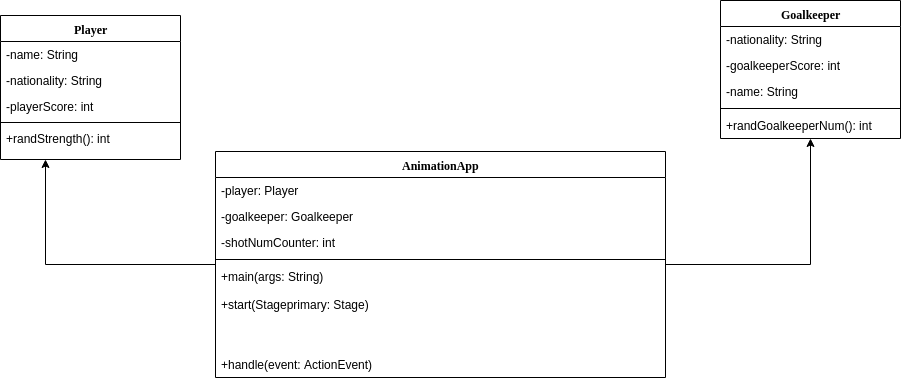
Above: Demo2_Official_CD.png in MillionLinesOfCode/javapenalty (draw.io), before the change. Source tidied: cells renumbered, new cells last; positions are measured from the earlier drawing's top-left corner, leaving out a move shared by most shapes.
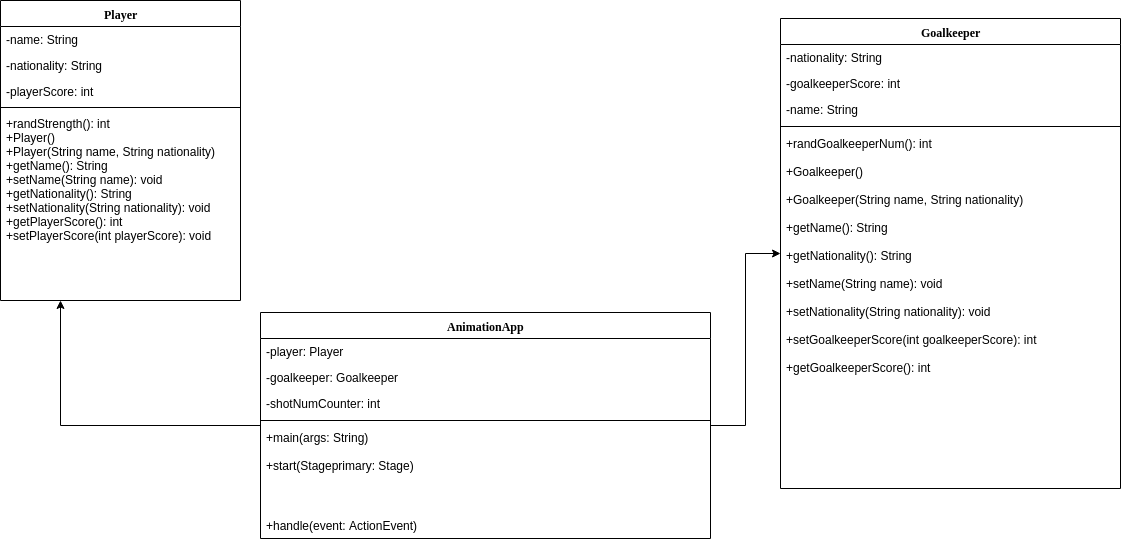
The same diagram one commit later.

Change to the diagram source:
```diff
@@ -3,40 +3,40 @@
     <mxCell id="0" />
     <mxCell id="1" parent="0" />
     <mxCell id="2" value="Player" style="swimlane;html=1;fontStyle=1;align=center;verticalAlign=top;horizontal=1;startSize=26;swimlaneFillColor=#ffffff;rounded=0;shadow=0;comic=0;labelBackgroundColor=none;strokeColor=#000000;strokeWidth=1;fillColor=none;fontFamily=Verdana;fontSize=12;fontColor=#000000;" parent="1" vertex="1">
-      <mxGeometry y="15" width="180" height="144" as="geometry" />
+      <mxGeometry x="-60" y="-18" width="240" height="300" as="geometry" />
     </mxCell>
     <mxCell id="3" value="-name: String" style="text;html=1;strokeColor=none;fillColor=none;align=left;verticalAlign=top;spacingLeft=4;spacingRight=4;whiteSpace=wrap;overflow=hidden;" parent="2" vertex="1">
-      <mxGeometry y="26" width="180" height="26" as="geometry" />
+      <mxGeometry y="26" width="240" height="26" as="geometry" />
     </mxCell>
     <mxCell id="4" value="-nationality: String" style="text;html=1;strokeColor=none;fillColor=none;align=left;verticalAlign=top;spacingLeft=4;spacingRight=4;whiteSpace=wrap;overflow=hidden;" parent="2" vertex="1">
-      <mxGeometry y="52" width="180" height="26" as="geometry" />
+      <mxGeometry y="52" width="240" height="26" as="geometry" />
     </mxCell>
     <mxCell id="5" value="-playerScore: int" style="text;html=1;strokeColor=none;fillColor=none;align=left;verticalAlign=top;spacingLeft=4;spacingRight=4;whiteSpace=wrap;overflow=hidden;" parent="2" vertex="1">
-      <mxGeometry y="78" width="180" height="26" as="geometry" />
+      <mxGeometry y="78" width="240" height="26" as="geometry" />
     </mxCell>
     <mxCell id="6" style="line;html=1;strokeWidth=1;fillColor=none;align=left;verticalAlign=middle;spacingTop=-1;spacingLeft=3;spacingRight=3;labelPosition=right;" parent="2" vertex="1">
-      <mxGeometry y="104" width="180" height="6" as="geometry" />
+      <mxGeometry y="104" width="240" height="6" as="geometry" />
     </mxCell>
-    <mxCell id="7" value="+randStrength(): int" style="text;html=1;strokeColor=none;fillColor=none;align=left;verticalAlign=top;spacingLeft=4;spacingRight=4;whiteSpace=wrap;overflow=hidden;" parent="2" vertex="1">
-      <mxGeometry y="110" width="180" height="26" as="geometry" />
+    <mxCell id="7" value="+randStrength(): int&lt;br&gt;+Player()&lt;br&gt;+Player(String name, String nationality)&lt;br&gt;+getName(): String&lt;br&gt;+setName(String name): void&lt;br&gt;+getNationality(): String&lt;br&gt;+setNationality(String nationality): void&lt;br&gt;+getPlayerScore(): int&lt;br&gt;+setPlayerScore(int playerScore): void&lt;br&gt;&lt;br&gt;" style="text;html=1;strokeColor=none;fillColor=none;align=left;verticalAlign=top;spacingLeft=4;spacingRight=4;whiteSpace=wrap;overflow=hidden;" parent="2" vertex="1">
+      <mxGeometry y="110" width="240" height="190" as="geometry" />
     </mxCell>
     <mxCell id="8" value="Goalkeeper" style="swimlane;html=1;fontStyle=1;align=center;verticalAlign=top;horizontal=1;startSize=26;swimlaneFillColor=#ffffff;rounded=0;shadow=0;comic=0;labelBackgroundColor=none;strokeColor=#000000;strokeWidth=1;fillColor=none;fontFamily=Verdana;fontSize=12;fontColor=#000000;rotation=0;" parent="1" vertex="1">
-      <mxGeometry x="720" width="180" height="138" as="geometry" />
+      <mxGeometry x="720" width="340" height="470" as="geometry" />
     </mxCell>
     <mxCell id="9" value="-nationality: String" style="text;html=1;strokeColor=none;fillColor=none;align=left;verticalAlign=top;spacingLeft=4;spacingRight=4;whiteSpace=wrap;overflow=hidden;rotation=0;" parent="8" vertex="1">
-      <mxGeometry y="26" width="180" height="26" as="geometry" />
+      <mxGeometry y="26" width="340" height="26" as="geometry" />
     </mxCell>
     <mxCell id="10" value="-goalkeeperScore: int" style="text;html=1;strokeColor=none;fillColor=none;align=left;verticalAlign=top;spacingLeft=4;spacingRight=4;whiteSpace=wrap;overflow=hidden;rotation=0;" parent="8" vertex="1">
-      <mxGeometry y="52" width="180" height="26" as="geometry" />
+      <mxGeometry y="52" width="340" height="26" as="geometry" />
     </mxCell>
     <mxCell id="11" value="-name: String" style="text;html=1;strokeColor=none;fillColor=none;align=left;verticalAlign=top;spacingLeft=4;spacingRight=4;whiteSpace=wrap;overflow=hidden;rotation=0;" parent="8" vertex="1">
-      <mxGeometry y="78" width="180" height="26" as="geometry" />
+      <mxGeometry y="78" width="340" height="26" as="geometry" />
     </mxCell>
     <mxCell id="12" style="line;html=1;strokeWidth=1;fillColor=none;align=left;verticalAlign=middle;spacingTop=-1;spacingLeft=3;spacingRight=3;labelPosition=right;rotation=0;" parent="8" vertex="1">
-      <mxGeometry y="104" width="180" height="8" as="geometry" />
+      <mxGeometry y="104" width="340" height="8" as="geometry" />
     </mxCell>
-    <mxCell id="13" value="+randGoalkeeperNum(): int" style="text;html=1;strokeColor=none;fillColor=none;align=left;verticalAlign=top;spacingLeft=4;spacingRight=4;whiteSpace=wrap;overflow=hidden;rotation=0;" parent="8" vertex="1">
-      <mxGeometry y="112" width="180" height="26" as="geometry" />
+    <mxCell id="13" value="+randGoalkeeperNum(): int&lt;br&gt;&lt;br&gt;+Goalkeeper()&lt;br&gt;&lt;br&gt;+Goalkeeper(String name, String nationality)&lt;br&gt;&lt;br&gt;+getName(): String&lt;br&gt;&lt;br&gt;+getNationality(): String&lt;br&gt;&lt;br&gt;+setName(String name): void&lt;br&gt;&lt;br&gt;+setNationality(String nationality): void&lt;br&gt;&lt;br&gt;+setGoalkeeperScore(int goalkeeperScore): int&lt;br&gt;&lt;br&gt;+getGoalkeeperScore(): int&lt;br&gt;&lt;br&gt;" style="text;html=1;strokeColor=none;fillColor=none;align=left;verticalAlign=top;spacingLeft=4;spacingRight=4;whiteSpace=wrap;overflow=hidden;rotation=0;" parent="8" vertex="1">
+      <mxGeometry y="112" width="340" height="358" as="geometry" />
     </mxCell>
     <mxCell id="14" style="edgeStyle=orthogonalEdgeStyle;rounded=0;jettySize=auto;html=1;entryX=0.25;entryY=1;entryDx=0;entryDy=0;" parent="1" edge="1" source="16" target="2">
       <mxGeometry relative="1" as="geometry" />
@@ -45,7 +45,7 @@
       <mxGeometry relative="1" as="geometry" />
     </mxCell>
     <mxCell id="16" value="AnimationApp" style="swimlane;html=1;fontStyle=1;align=center;verticalAlign=top;horizontal=1;startSize=26;swimlaneFillColor=#ffffff;rounded=0;shadow=0;comic=0;labelBackgroundColor=none;strokeColor=#000000;strokeWidth=1;fillColor=none;fontFamily=Verdana;fontSize=12;fontColor=#000000;" parent="1" vertex="1">
-      <mxGeometry x="215" y="151" width="450" height="226" as="geometry" />
+      <mxGeometry x="200" y="294" width="450" height="226" as="geometry" />
     </mxCell>
     <mxCell id="17" value="-player: Player" style="text;html=1;strokeColor=none;fillColor=none;align=left;verticalAlign=top;spacingLeft=4;spacingRight=4;whiteSpace=wrap;overflow=hidden;" parent="16" vertex="1">
       <mxGeometry y="26" width="450" height="26" as="geometry" />
```
